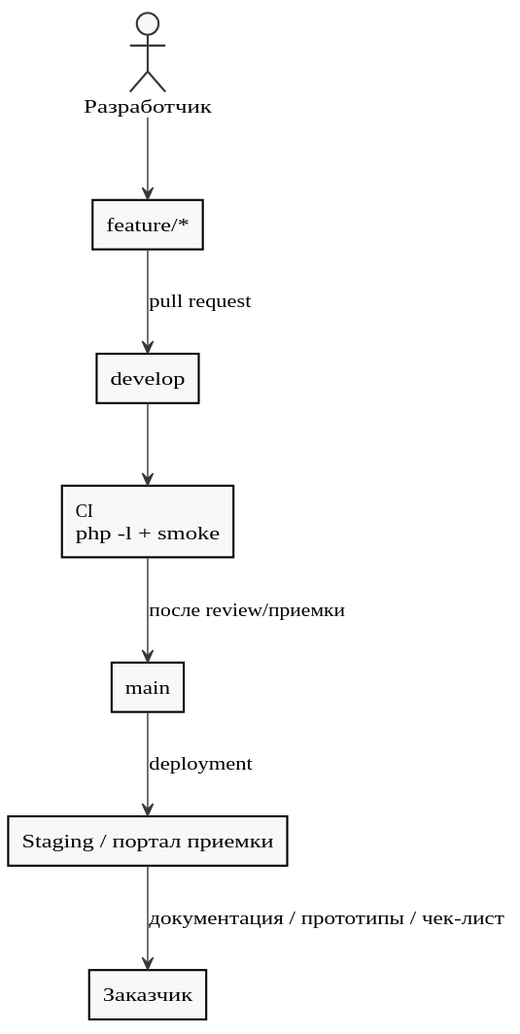
Earlier version of the PlantUML export docs/диаграммы/14_CI_CD_и_поставка_Этапа_1.svg (Jebvo777/CHOPPRO). Its diagram source:
```plantuml
@startuml
skinparam monochrome true
skinparam shadowing false
skinparam defaultFontName "Times New Roman"
actor "Разработчик" as Dev
rectangle "feature/*" as Feature
rectangle "develop" as Develop
rectangle "CI\nphp -l + smoke" as CI
rectangle "main" as Main
rectangle "Staging / портал приемки" as Stage
rectangle "Заказчик" as Client
Dev --> Feature
Feature --> Develop : pull request
Develop --> CI
CI --> Main : после review/приемки
Main --> Stage : deployment
Stage --> Client : документация / прототипы / чек-лист
@enduml
```
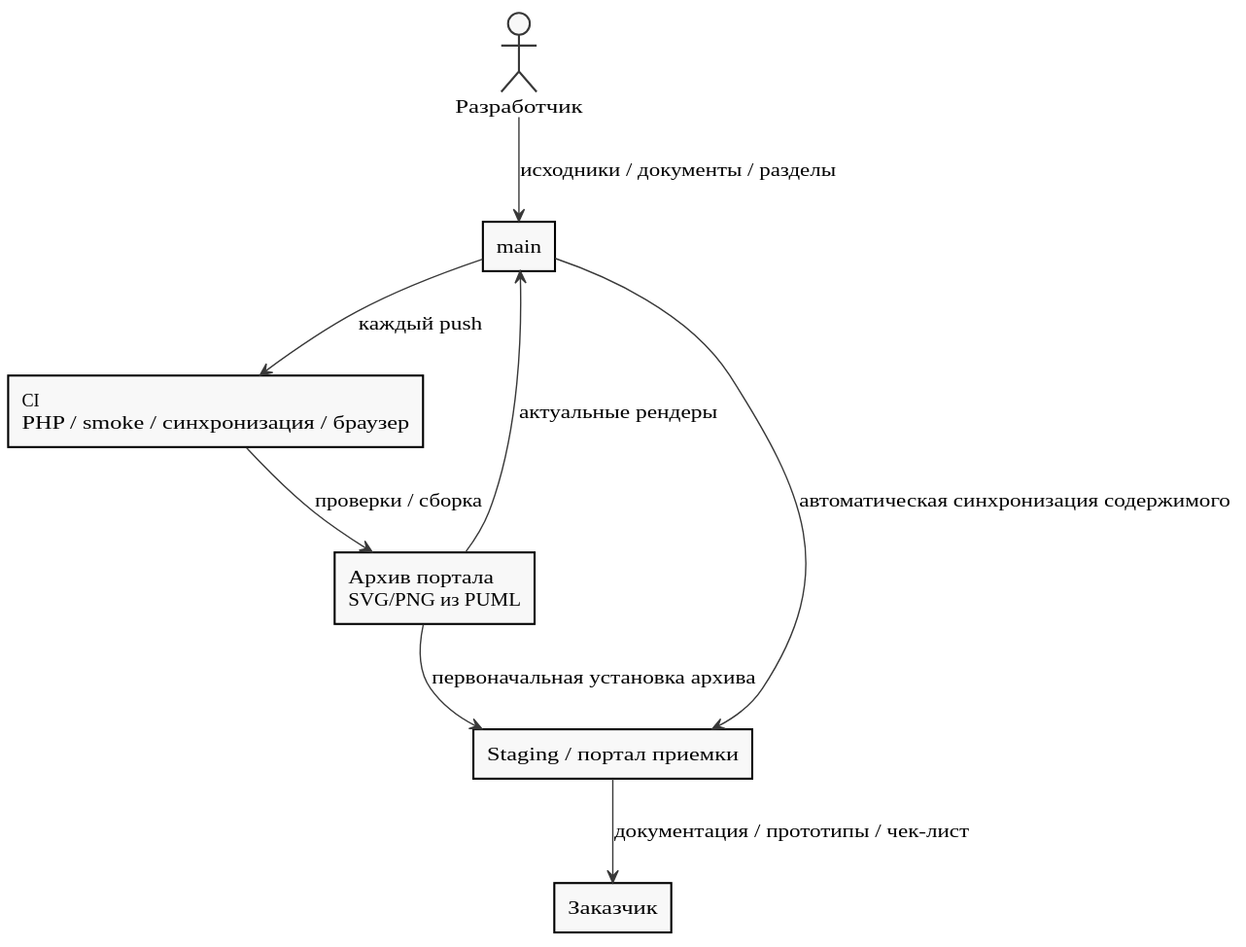
Above is the later version.

Commit message:
Диаграммы: автоматически обновить SVG/PNG из PUML

What changed in the source:
```diff
@@ -3,16 +3,16 @@
 skinparam shadowing false
 skinparam defaultFontName "Times New Roman"
 actor "Разработчик" as Dev
-rectangle "feature/*" as Feature
-rectangle "develop" as Develop
-rectangle "CI\nphp -l + smoke" as CI
 rectangle "main" as Main
+rectangle "CI\nPHP / smoke / синхронизация / браузер" as CI
+rectangle "Архив портала\nSVG/PNG из PUML" as Artifacts
 rectangle "Staging / портал приемки" as Stage
 rectangle "Заказчик" as Client
-Dev --> Feature
-Feature --> Develop : pull request
-Develop --> CI
-CI --> Main : после review/приемки
-Main --> Stage : deployment
+Dev --> Main : исходники / документы / разделы
+Main --> CI : каждый push
+CI --> Artifacts : проверки / сборка
+Artifacts --> Main : актуальные рендеры
+Main --> Stage : автоматическая синхронизация содержимого
+Artifacts --> Stage : первоначальная установка архива
 Stage --> Client : документация / прототипы / чек-лист
 @enduml
```
